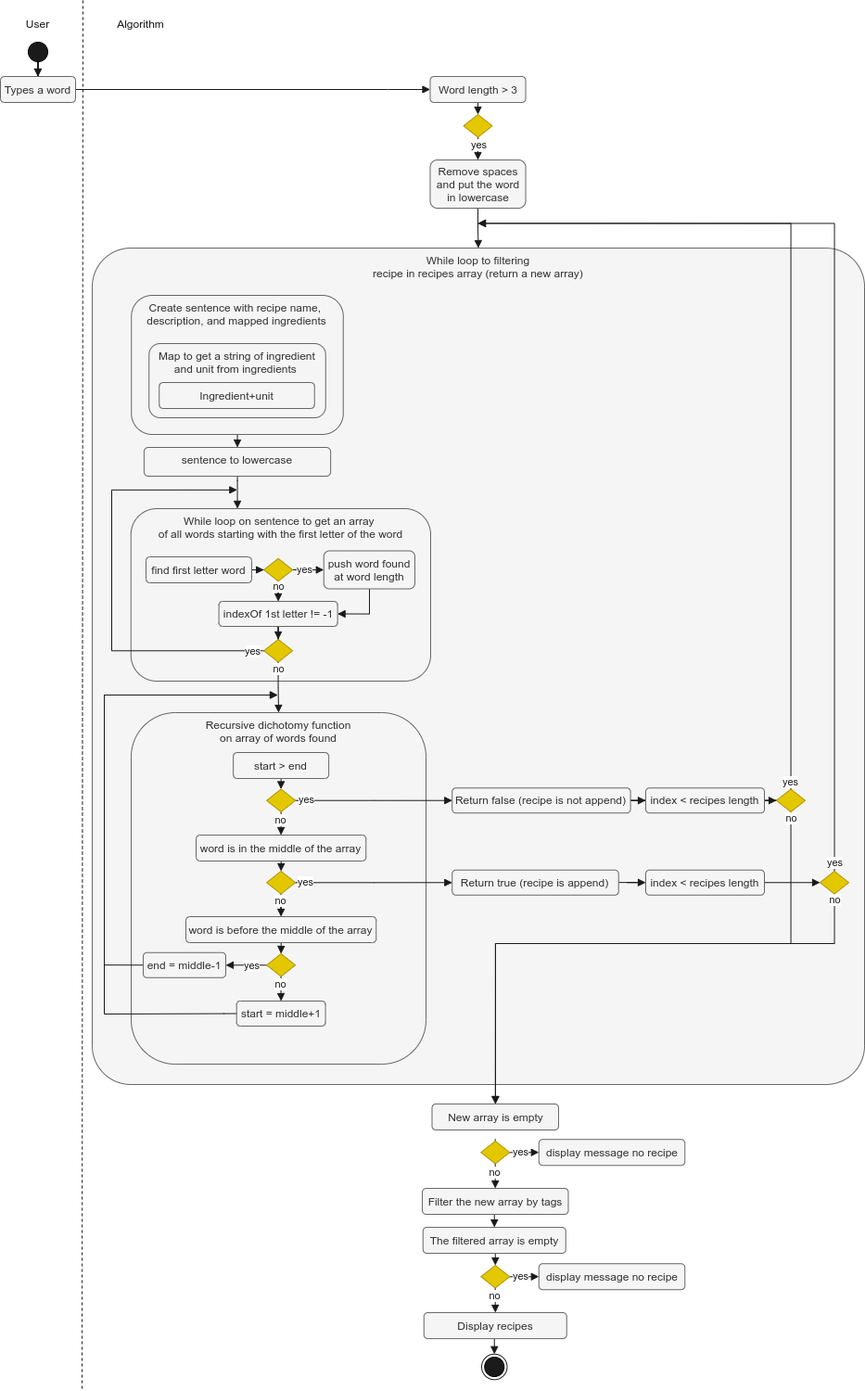
Earlier version of the draw.io export spec/2.drawio.png (Lob2018/YannLobjois_7_17062021). Source tidied: cells renumbered, new cells last; positions are measured from the earlier drawing's top-left corner, leaving out a move shared by most shapes.
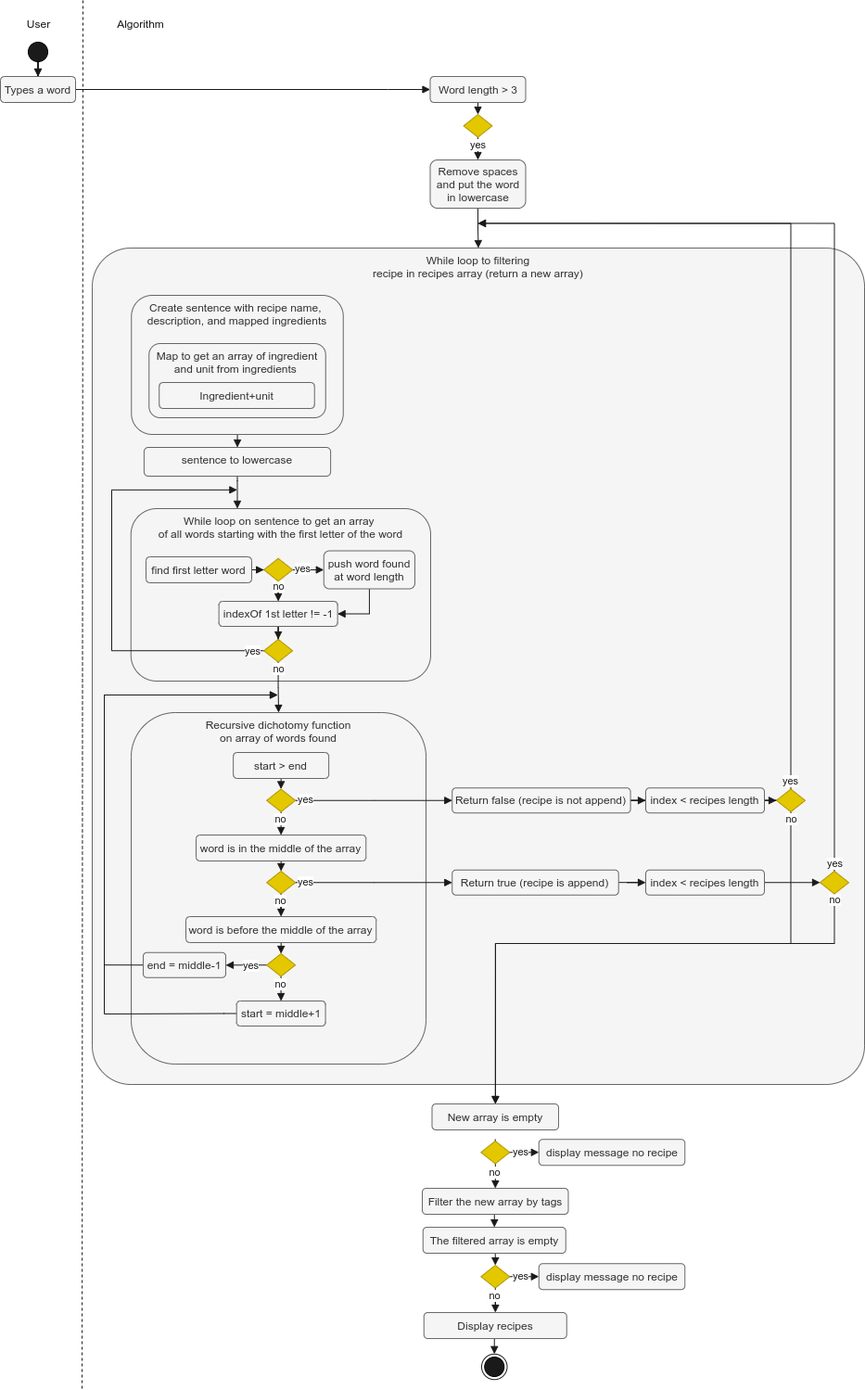
After the commit.

Change to the diagram source:
```diff
@@ -175,7 +175,7 @@
     <mxCell id="43" value="Create sentence with recipe name, &lt;br&gt;description, and mapped ingredients" style="rounded=1;whiteSpace=wrap;html=1;align=center;verticalAlign=top;fillColor=#f5f5f5;strokeColor=#666666;fontColor=#333333;" parent="1" vertex="1">
       <mxGeometry x="141.2" y="318" width="228.5" height="150" as="geometry" />
     </mxCell>
-    <mxCell id="44" value="Map&amp;nbsp;to get a string&amp;nbsp;of ingredient and unit from ingredients&amp;nbsp;" style="rounded=1;whiteSpace=wrap;html=1;fontColor=#333333;align=center;verticalAlign=top;fillColor=#f5f5f5;strokeColor=#666666;" parent="1" vertex="1">
+    <mxCell id="44" value="Map&amp;nbsp;to get an array of ingredient and unit from ingredients&amp;nbsp;" style="rounded=1;whiteSpace=wrap;html=1;fontColor=#333333;align=center;verticalAlign=top;fillColor=#f5f5f5;strokeColor=#666666;" parent="1" vertex="1">
       <mxGeometry x="160.2" y="370" width="190.5" height="80" as="geometry" />
     </mxCell>
     <mxCell id="45" value="Ingredient+unit" style="rounded=1;whiteSpace=wrap;html=1;fontColor=#333333;fillColor=#f5f5f5;strokeColor=#666666;" parent="1" vertex="1">
```
